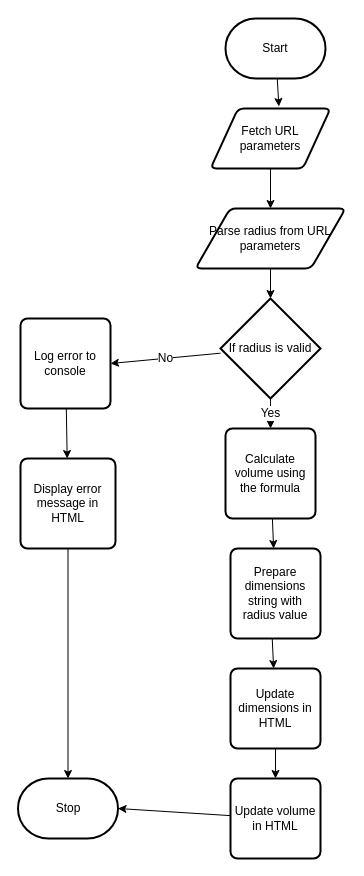
The draw.io diagram design/flowchart.drawio in MTHS-ICD2O-1-2023/ICD2O-Unit-6-04-tymofii-stepanov, before the edit. Source tidied: cells renumbered, new cells numbered last; positions are measured from the earlier drawing's top-left corner, leaving out a move shared by most shapes. Both pictures are drawn from the tidied source at 100%, with x=0, y=0 at pixel (18, 18).
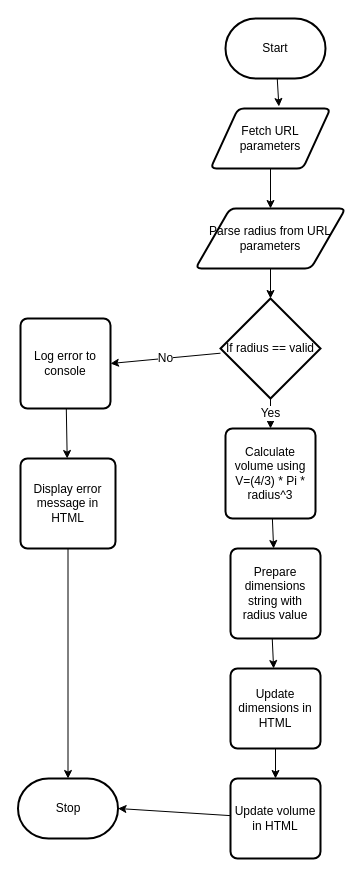
The same diagram, later.

Diff of the diagram source:
```diff
@@
-    <mxCell id="11" value="If radius is valid" style="strokeWidth=2;html=1;shape=mxgraph.flowchart.decision;whiteSpace=wrap;" parent="1" vertex="1">
+    <mxCell id="11" value="If radius == valid" style="strokeWidth=2;html=1;shape=mxgraph.flowchart.decision;whiteSpace=wrap;" parent="1" vertex="1">
       <mxGeometry x="202" y="280" width="100" height="100" as="geometry" />
     </mxCell>
@@
-    <mxCell id="13" value="Calculate volume using the formula" style="rounded=1;whiteSpace=wrap;html=1;absoluteArcSize=1;arcSize=14;strokeWidth=2;" parent="1" vertex="1">
+    <mxCell id="13" value="Calculate volume using V=(4/3) * Pi * radius^3" style="rounded=1;whiteSpace=wrap;html=1;absoluteArcSize=1;arcSize=14;strokeWidth=2;" parent="1" vertex="1">
       <mxGeometry x="207" y="410" width="90" height="90" as="geometry" />
     </mxCell>
```
